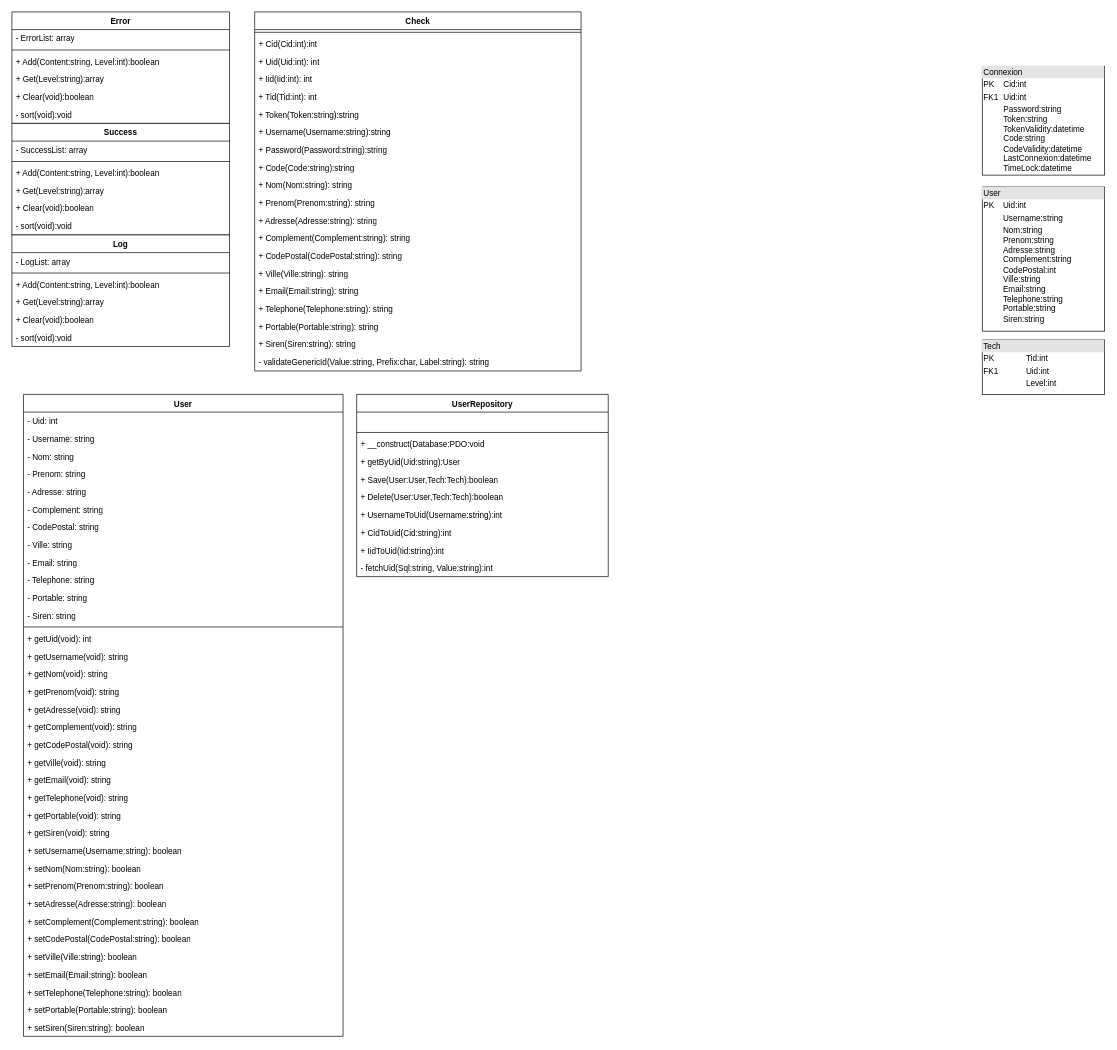
The draw.io diagram Docs/Diagram/ClassDiagram.drawio in ROYJohan08/RJI-User.royjohan.fr, before the edit. Source tidied: cells renumbered, new cells numbered last; positions are measured from the earlier drawing's top-left corner, leaving out a move shared by most shapes. Both pictures are drawn from the tidied source at 68%, with x=0, y=0 at pixel (12, 12).
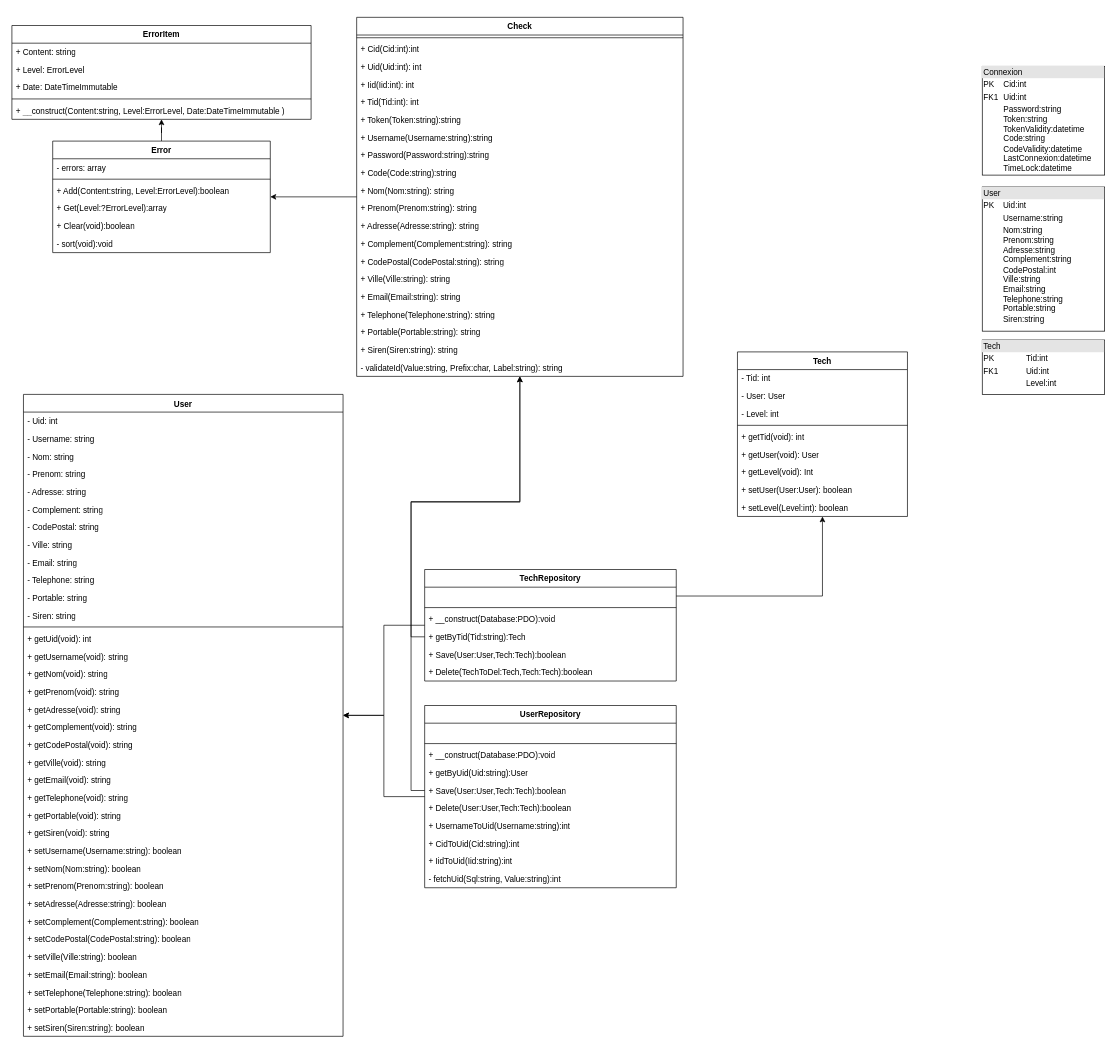
The same diagram, later.

The change refers to these unchanged cells:
```xml
<mxCell id="5" value="&lt;div&gt;User&lt;/div&gt;" style="swimlane;fontStyle=1;align=center;verticalAlign=top;horizontal=1;startSize=26;whiteSpace=wrap;html=1;" parent="1" vertex="1">
  <mxGeometry x="17" y="562.5" width="470" height="944" as="geometry" />
</mxCell>
<mxCell id="89" value="+ Save(User:User,Tech:Tech):boolean" style="text;strokeColor=none;fillColor=none;align=left;verticalAlign=top;spacingLeft=4;spacingRight=4;overflow=hidden;points=[[0,0.5],[1,0.5]];portConstraint=eastwest;whiteSpace=wrap;html=1;" parent="84" vertex="1">
  <mxGeometry y="112" width="370" height="26" as="geometry" />
</mxCell>
```

What changed in the source:
```diff
@@
+    <mxCell id="95" style="edgeStyle=orthogonalEdgeStyle;rounded=0;jettySize=auto;html=1;" parent="1" edge="1" source="42" target="63">
+      <mxGeometry relative="1" as="geometry" />
+    </mxCell>
     <mxCell id="42" value="Check" style="swimlane;fontStyle=1;align=center;verticalAlign=top;horizontal=1;startSize=26;whiteSpace=wrap;html=1;" parent="1" vertex="1">
-      <mxGeometry x="357" width="480" height="528" as="geometry" />
+      <mxGeometry x="507" y="8" width="480" height="528" as="geometry" />
     </mxCell>
@@
-    <mxCell id="62" value="- validateGenericId(Value:string, Prefix:char, Label:string): string" style="text;strokeColor=none;fillColor=none;align=left;verticalAlign=top;spacingLeft=4;spacingRight=4;overflow=hidden;whiteSpace=wrap;html=1;" parent="42" vertex="1">
+    <mxCell id="62" value="- validateId(Value:string, Prefix:char, Label:string): string" style="text;strokeColor=none;fillColor=none;align=left;verticalAlign=top;spacingLeft=4;spacingRight=4;overflow=hidden;whiteSpace=wrap;html=1;" parent="42" vertex="1">
       <mxGeometry y="502" width="480" height="26" as="geometry" />
     </mxCell>
+    <mxCell id="96" style="edgeStyle=orthogonalEdgeStyle;rounded=0;jettySize=auto;html=1;" parent="1" edge="1" source="63" target="116">
+      <mxGeometry relative="1" as="geometry" />
+    </mxCell>
     <mxCell id="63" value="Error" style="swimlane;fontStyle=1;align=center;verticalAlign=top;horizontal=1;startSize=26;whiteSpace=wrap;html=1;" parent="1" vertex="1">
-      <mxGeometry width="320" height="164" as="geometry" />
+      <mxGeometry x="60" y="190" width="320" height="164" as="geometry" />
     </mxCell>
-    <mxCell id="64" value="- ErrorList: array" style="text;strokeColor=none;fillColor=none;align=left;verticalAlign=top;spacingLeft=4;spacingRight=4;overflow=hidden;whiteSpace=wrap;html=1;" parent="63" vertex="1">
+    <mxCell id="64" value="- errors: array" style="text;strokeColor=none;fillColor=none;align=left;verticalAlign=top;spacingLeft=4;spacingRight=4;overflow=hidden;whiteSpace=wrap;html=1;" parent="63" vertex="1">
       <mxGeometry y="26" width="320" height="26" as="geometry" />
     </mxCell>
@@
-    <mxCell id="66" value="&lt;div&gt;+ Add(Content:string, Level:int):boolean&lt;/div&gt;" style="text;strokeColor=none;fillColor=none;align=left;verticalAlign=top;spacingLeft=4;spacingRight=4;overflow=hidden;whiteSpace=wrap;html=1;" parent="63" vertex="1">
+    <mxCell id="66" value="&lt;div&gt;+ Add(Content:string, Level:ErrorLevel):boolean&lt;/div&gt;" style="text;strokeColor=none;fillColor=none;align=left;verticalAlign=top;spacingLeft=4;spacingRight=4;overflow=hidden;whiteSpace=wrap;html=1;" parent="63" vertex="1">
       <mxGeometry y="60" width="320" height="26" as="geometry" />
     </mxCell>
-    <mxCell id="67" value="&lt;div&gt;+ Get(Level:string):array&lt;/div&gt;" style="text;strokeColor=none;fillColor=none;align=left;verticalAlign=top;spacingLeft=4;spacingRight=4;overflow=hidden;whiteSpace=wrap;html=1;" parent="63" vertex="1">
+    <mxCell id="67" value="&lt;div&gt;+ Get(Level:?ErrorLevel):array&lt;/div&gt;" style="text;strokeColor=none;fillColor=none;align=left;verticalAlign=top;spacingLeft=4;spacingRight=4;overflow=hidden;whiteSpace=wrap;html=1;" parent="63" vertex="1">
       <mxGeometry y="86" width="320" height="26" as="geometry" />
     </mxCell>
@@
-    <mxCell id="70" value="Success" style="swimlane;fontStyle=1;align=center;verticalAlign=top;horizontal=1;startSize=26;whiteSpace=wrap;html=1;" parent="1" vertex="1">
-      <mxGeometry y="164" width="320" height="164" as="geometry" />
-    </mxCell>
-    <mxCell id="71" value="- SuccessList: array" style="text;strokeColor=none;fillColor=none;align=left;verticalAlign=top;spacingLeft=4;spacingRight=4;overflow=hidden;whiteSpace=wrap;html=1;" parent="70" vertex="1">
-      <mxGeometry y="26" width="320" height="26" as="geometry" />
-    </mxCell>
-    <mxCell id="72" style="line;strokeWidth=1;fillColor=none;align=left;verticalAlign=middle;spacingTop=-1;spacingLeft=3;spacingRight=3;labelPosition=right;strokeColor=inherit;" parent="70" vertex="1">
-      <mxGeometry y="52" width="320" height="8" as="geometry" />
-    </mxCell>
-    <mxCell id="73" value="&lt;div&gt;+ Add(Content:string, Level:int):boolean&lt;/div&gt;" style="text;strokeColor=none;fillColor=none;align=left;verticalAlign=top;spacingLeft=4;spacingRight=4;overflow=hidden;whiteSpace=wrap;html=1;" parent="70" vertex="1">
-      <mxGeometry y="60" width="320" height="26" as="geometry" />
-    </mxCell>
-    <mxCell id="74" value="&lt;div&gt;+ Get(Level:string):array&lt;/div&gt;" style="text;strokeColor=none;fillColor=none;align=left;verticalAlign=top;spacingLeft=4;spacingRight=4;overflow=hidden;whiteSpace=wrap;html=1;" parent="70" vertex="1">
-      <mxGeometry y="86" width="320" height="26" as="geometry" />
-    </mxCell>
-    <mxCell id="75" value="&lt;div&gt;+ Clear(void):boolean&lt;/div&gt;" style="text;strokeColor=none;fillColor=none;align=left;verticalAlign=top;spacingLeft=4;spacingRight=4;overflow=hidden;whiteSpace=wrap;html=1;" parent="70" vertex="1">
-      <mxGeometry y="112" width="320" height="26" as="geometry" />
-    </mxCell>
-    <mxCell id="76" value="&lt;div&gt;- sort(void):void&lt;/div&gt;" style="text;strokeColor=none;fillColor=none;align=left;verticalAlign=top;spacingLeft=4;spacingRight=4;overflow=hidden;whiteSpace=wrap;html=1;" parent="70" vertex="1">
-      <mxGeometry y="138" width="320" height="26" as="geometry" />
-    </mxCell>
-    <mxCell id="77" value="Log" style="swimlane;fontStyle=1;align=center;verticalAlign=top;horizontal=1;startSize=26;whiteSpace=wrap;html=1;" parent="1" vertex="1">
-      <mxGeometry y="328" width="320" height="164" as="geometry" />
-    </mxCell>
-    <mxCell id="78" value="- LogList: array" style="text;strokeColor=none;fillColor=none;align=left;verticalAlign=top;spacingLeft=4;spacingRight=4;overflow=hidden;whiteSpace=wrap;html=1;" parent="77" vertex="1">
-      <mxGeometry y="26" width="320" height="26" as="geometry" />
-    </mxCell>
-    <mxCell id="79" style="line;strokeWidth=1;fillColor=none;align=left;verticalAlign=middle;spacingTop=-1;spacingLeft=3;spacingRight=3;labelPosition=right;strokeColor=inherit;" parent="77" vertex="1">
-      <mxGeometry y="52" width="320" height="8" as="geometry" />
-    </mxCell>
-    <mxCell id="80" value="&lt;div&gt;+ Add(Content:string, Level:int):boolean&lt;/div&gt;" style="text;strokeColor=none;fillColor=none;align=left;verticalAlign=top;spacingLeft=4;spacingRight=4;overflow=hidden;whiteSpace=wrap;html=1;" parent="77" vertex="1">
-      <mxGeometry y="60" width="320" height="26" as="geometry" />
-    </mxCell>
-    <mxCell id="81" value="&lt;div&gt;+ Get(Level:string):array&lt;/div&gt;" style="text;strokeColor=none;fillColor=none;align=left;verticalAlign=top;spacingLeft=4;spacingRight=4;overflow=hidden;whiteSpace=wrap;html=1;" parent="77" vertex="1">
-      <mxGeometry y="86" width="320" height="26" as="geometry" />
-    </mxCell>
-    <mxCell id="82" value="&lt;div&gt;+ Clear(void):boolean&lt;/div&gt;" style="text;strokeColor=none;fillColor=none;align=left;verticalAlign=top;spacingLeft=4;spacingRight=4;overflow=hidden;whiteSpace=wrap;html=1;" parent="77" vertex="1">
-      <mxGeometry y="112" width="320" height="26" as="geometry" />
-    </mxCell>
-    <mxCell id="83" value="&lt;div&gt;- sort(void):void&lt;/div&gt;" style="text;strokeColor=none;fillColor=none;align=left;verticalAlign=top;spacingLeft=4;spacingRight=4;overflow=hidden;whiteSpace=wrap;html=1;" parent="77" vertex="1">
-      <mxGeometry y="138" width="320" height="26" as="geometry" />
-    </mxCell>
+    <mxCell id="97" style="edgeStyle=orthogonalEdgeStyle;rounded=0;jettySize=auto;html=1;" parent="1" edge="1" source="84" target="5">
+      <mxGeometry relative="1" as="geometry" />
+    </mxCell>
     <mxCell id="84" value="UserRepository" style="swimlane;fontStyle=1;align=center;verticalAlign=top;horizontal=1;startSize=26;whiteSpace=wrap;html=1;" parent="1" vertex="1">
-      <mxGeometry x="507" y="562.5" width="370" height="268" as="geometry" />
+      <mxGeometry x="607" y="1020" width="370" height="268" as="geometry" />
     </mxCell>
@@
-    <mxCell id="87" value="+ __construct(Database:PDO:void" style="text;strokeColor=none;fillColor=none;align=left;verticalAlign=top;spacingLeft=4;spacingRight=4;overflow=hidden;whiteSpace=wrap;html=1;" parent="84" vertex="1">
+    <mxCell id="87" value="+ __construct(Database:PDO):void" style="text;strokeColor=none;fillColor=none;align=left;verticalAlign=top;spacingLeft=4;spacingRight=4;overflow=hidden;whiteSpace=wrap;html=1;" parent="84" vertex="1">
       <mxGeometry y="60" width="370" height="26" as="geometry" />
     </mxCell>
@@
+    <mxCell id="98" value="Tech" style="swimlane;fontStyle=1;align=center;verticalAlign=top;horizontal=1;startSize=26;whiteSpace=wrap;html=1;" parent="1" vertex="1">
+      <mxGeometry x="1067" y="500" width="250" height="242" as="geometry" />
+    </mxCell>
+    <mxCell id="99" value="- Tid: int" style="text;strokeColor=none;fillColor=none;align=left;verticalAlign=top;spacingLeft=4;spacingRight=4;overflow=hidden;whiteSpace=wrap;html=1;" parent="98" vertex="1">
+      <mxGeometry y="26" width="250" height="26" as="geometry" />
+    </mxCell>
+    <mxCell id="100" value="- User: User" style="text;strokeColor=none;fillColor=none;align=left;verticalAlign=top;spacingLeft=4;spacingRight=4;overflow=hidden;whiteSpace=wrap;html=1;" parent="98" vertex="1">
+      <mxGeometry y="52" width="250" height="26" as="geometry" />
+    </mxCell>
+    <mxCell id="101" value="&lt;div&gt;- Level: int&lt;/div&gt;" style="text;strokeColor=none;fillColor=none;align=left;verticalAlign=top;spacingLeft=4;spacingRight=4;overflow=hidden;whiteSpace=wrap;html=1;" parent="98" vertex="1">
+      <mxGeometry y="78" width="250" height="26" as="geometry" />
+    </mxCell>
+    <mxCell id="102" style="line;strokeWidth=1;fillColor=none;align=left;verticalAlign=middle;spacingTop=-1;spacingLeft=3;spacingRight=3;labelPosition=right;strokeColor=inherit;" parent="98" vertex="1">
+      <mxGeometry y="104" width="250" height="8" as="geometry" />
+    </mxCell>
+    <mxCell id="103" value="+ getTid(void): int" style="text;strokeColor=none;fillColor=none;align=left;verticalAlign=top;spacingLeft=4;spacingRight=4;overflow=hidden;whiteSpace=wrap;html=1;" parent="98" vertex="1">
+      <mxGeometry y="112" width="250" height="26" as="geometry" />
+    </mxCell>
+    <mxCell id="104" value="+ getUser(void): User" style="text;strokeColor=none;fillColor=none;align=left;verticalAlign=top;spacingLeft=4;spacingRight=4;overflow=hidden;whiteSpace=wrap;html=1;" parent="98" vertex="1">
+      <mxGeometry y="138" width="250" height="26" as="geometry" />
+    </mxCell>
+    <mxCell id="105" value="+ getLevel(void): Int" style="text;strokeColor=none;fillColor=none;align=left;verticalAlign=top;spacingLeft=4;spacingRight=4;overflow=hidden;whiteSpace=wrap;html=1;" parent="98" vertex="1">
+      <mxGeometry y="164" width="250" height="26" as="geometry" />
+    </mxCell>
+    <mxCell id="106" value="&lt;div&gt;+ setUser(User:User): boolean&lt;/div&gt;" style="text;strokeColor=none;fillColor=none;align=left;verticalAlign=top;spacingLeft=4;spacingRight=4;overflow=hidden;whiteSpace=wrap;html=1;" parent="98" vertex="1">
+      <mxGeometry y="190" width="250" height="26" as="geometry" />
+    </mxCell>
+    <mxCell id="107" value="&lt;div&gt;+ setLevel(Level:int): boolean&lt;/div&gt;" style="text;strokeColor=none;fillColor=none;align=left;verticalAlign=top;spacingLeft=4;spacingRight=4;overflow=hidden;whiteSpace=wrap;html=1;" parent="98" vertex="1">
+      <mxGeometry y="216" width="250" height="26" as="geometry" />
+    </mxCell>
+    <mxCell id="108" style="edgeStyle=orthogonalEdgeStyle;rounded=0;jettySize=auto;html=1;" parent="1" edge="1" source="109" target="5">
+      <mxGeometry relative="1" as="geometry" />
+    </mxCell>
+    <mxCell id="109" value="TechRepository" style="swimlane;fontStyle=1;align=center;verticalAlign=top;horizontal=1;startSize=26;whiteSpace=wrap;html=1;" parent="1" vertex="1">
+      <mxGeometry x="607" y="820" width="370" height="164" as="geometry" />
+    </mxCell>
+    <mxCell id="110" value="&lt;div&gt;&lt;br&gt;&lt;/div&gt;&lt;div&gt;&lt;br&gt;&lt;/div&gt;" style="text;strokeColor=none;fillColor=none;align=left;verticalAlign=top;spacingLeft=4;spacingRight=4;overflow=hidden;points=[[0,0.5],[1,0.5]];portConstraint=eastwest;whiteSpace=wrap;html=1;" parent="109" vertex="1">
+      <mxGeometry y="26" width="370" height="26" as="geometry" />
+    </mxCell>
+    <mxCell id="111" style="line;strokeWidth=1;fillColor=none;align=left;verticalAlign=middle;spacingTop=-1;spacingLeft=3;spacingRight=3;labelPosition=right;strokeColor=inherit;" parent="109" vertex="1">
+      <mxGeometry y="52" width="370" height="8" as="geometry" />
+    </mxCell>
+    <mxCell id="112" value="+ __construct(Database:PDO):void" style="text;strokeColor=none;fillColor=none;align=left;verticalAlign=top;spacingLeft=4;spacingRight=4;overflow=hidden;whiteSpace=wrap;html=1;" parent="109" vertex="1">
+      <mxGeometry y="60" width="370" height="26" as="geometry" />
+    </mxCell>
+    <mxCell id="113" value="+ getByTid(Tid:string):Tech" style="text;strokeColor=none;fillColor=none;align=left;verticalAlign=top;spacingLeft=4;spacingRight=4;overflow=hidden;points=[[0,0.5],[1,0.5]];portConstraint=eastwest;whiteSpace=wrap;html=1;" parent="109" vertex="1">
+      <mxGeometry y="86" width="370" height="26" as="geometry" />
+    </mxCell>
+    <mxCell id="114" value="+ Save(User:User,Tech:Tech):boolean" style="text;strokeColor=none;fillColor=none;align=left;verticalAlign=top;spacingLeft=4;spacingRight=4;overflow=hidden;whiteSpace=wrap;html=1;" parent="109" vertex="1">
+      <mxGeometry y="112" width="370" height="26" as="geometry" />
+    </mxCell>
+    <mxCell id="115" value="+ Delete(TechToDel:Tech,Tech:Tech):boolean" style="text;strokeColor=none;fillColor=none;align=left;verticalAlign=top;spacingLeft=4;spacingRight=4;overflow=hidden;whiteSpace=wrap;html=1;" parent="109" vertex="1">
+      <mxGeometry y="138" width="370" height="26" as="geometry" />
+    </mxCell>
+    <mxCell id="116" value="ErrorItem" style="swimlane;fontStyle=1;align=center;verticalAlign=top;horizontal=1;startSize=26;whiteSpace=wrap;html=1;" parent="1" vertex="1">
+      <mxGeometry y="20" width="440" height="138" as="geometry" />
+    </mxCell>
+    <mxCell id="117" value="+ Content: string" style="text;strokeColor=none;fillColor=none;align=left;verticalAlign=top;spacingLeft=4;spacingRight=4;overflow=hidden;whiteSpace=wrap;html=1;" parent="116" vertex="1">
+      <mxGeometry y="26" width="440" height="26" as="geometry" />
+    </mxCell>
+    <mxCell id="118" value="+ Level: ErrorLevel" style="text;strokeColor=none;fillColor=none;align=left;verticalAlign=top;spacingLeft=4;spacingRight=4;overflow=hidden;whiteSpace=wrap;html=1;" parent="116" vertex="1">
+      <mxGeometry y="52" width="440" height="26" as="geometry" />
+    </mxCell>
+    <mxCell id="119" value="+ Date: DateTimeImmutable&amp;nbsp;" style="text;strokeColor=none;fillColor=none;align=left;verticalAlign=top;spacingLeft=4;spacingRight=4;overflow=hidden;whiteSpace=wrap;html=1;" parent="116" vertex="1">
+      <mxGeometry y="78" width="440" height="26" as="geometry" />
+    </mxCell>
+    <mxCell id="120" style="line;strokeWidth=1;fillColor=none;align=left;verticalAlign=middle;spacingTop=-1;spacingLeft=3;spacingRight=3;labelPosition=right;strokeColor=inherit;" parent="116" vertex="1">
+      <mxGeometry y="104" width="440" height="8" as="geometry" />
+    </mxCell>
+    <mxCell id="121" value="+ __construct(Content:string, Level:ErrorLevel, Date:DateTimeImmutable )" style="text;strokeColor=none;fillColor=none;align=left;verticalAlign=top;spacingLeft=4;spacingRight=4;overflow=hidden;whiteSpace=wrap;html=1;" parent="116" vertex="1">
+      <mxGeometry y="112" width="440" height="26" as="geometry" />
+    </mxCell>
+    <mxCell id="122" style="edgeStyle=orthogonalEdgeStyle;rounded=0;jettySize=auto;html=1;" parent="1" edge="1" source="113" target="42">
+      <mxGeometry relative="1" as="geometry" />
+    </mxCell>
+    <mxCell id="123" style="edgeStyle=orthogonalEdgeStyle;rounded=0;jettySize=auto;html=1;" parent="1" edge="1" source="89" target="42">
+      <mxGeometry relative="1" as="geometry">
+        <Array as="points">
+          <mxPoint x="587" y="1145" />
+          <mxPoint x="587" y="720" />
+          <mxPoint x="747" y="720" />
+        </Array>
+      </mxGeometry>
+    </mxCell>
+    <mxCell id="124" style="edgeStyle=orthogonalEdgeStyle;rounded=0;jettySize=auto;html=1;" parent="1" edge="1" source="110" target="98">
+      <mxGeometry relative="1" as="geometry" />
+    </mxCell>
```
